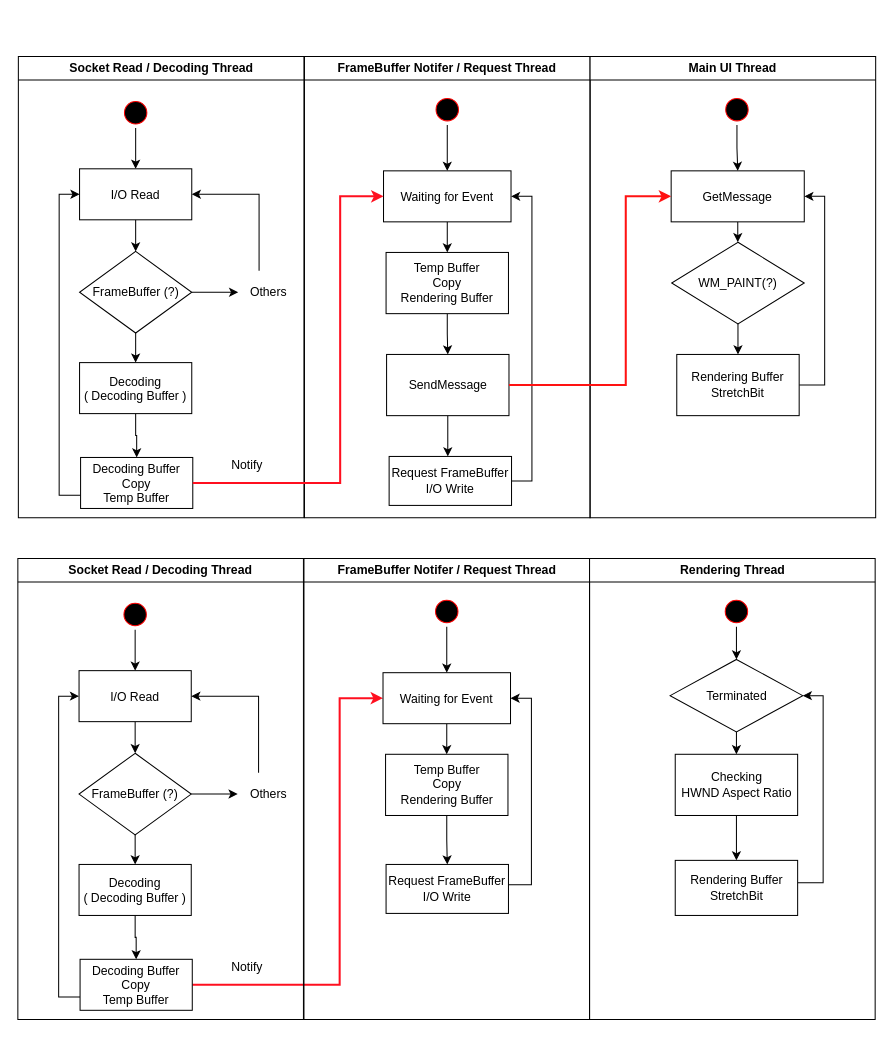
Above: UML/mirero/Sw-RCS_Rendering.drawio in rhkdguskim/Study (draw.io), before the change. Source tidied: cells renumbered, new cells numbered last; positions are measured from the earlier drawing's top-left corner, leaving out a move shared by most shapes. Both pictures are drawn from the tidied source at 102%, with x=0, y=0 at pixel (17, 56).
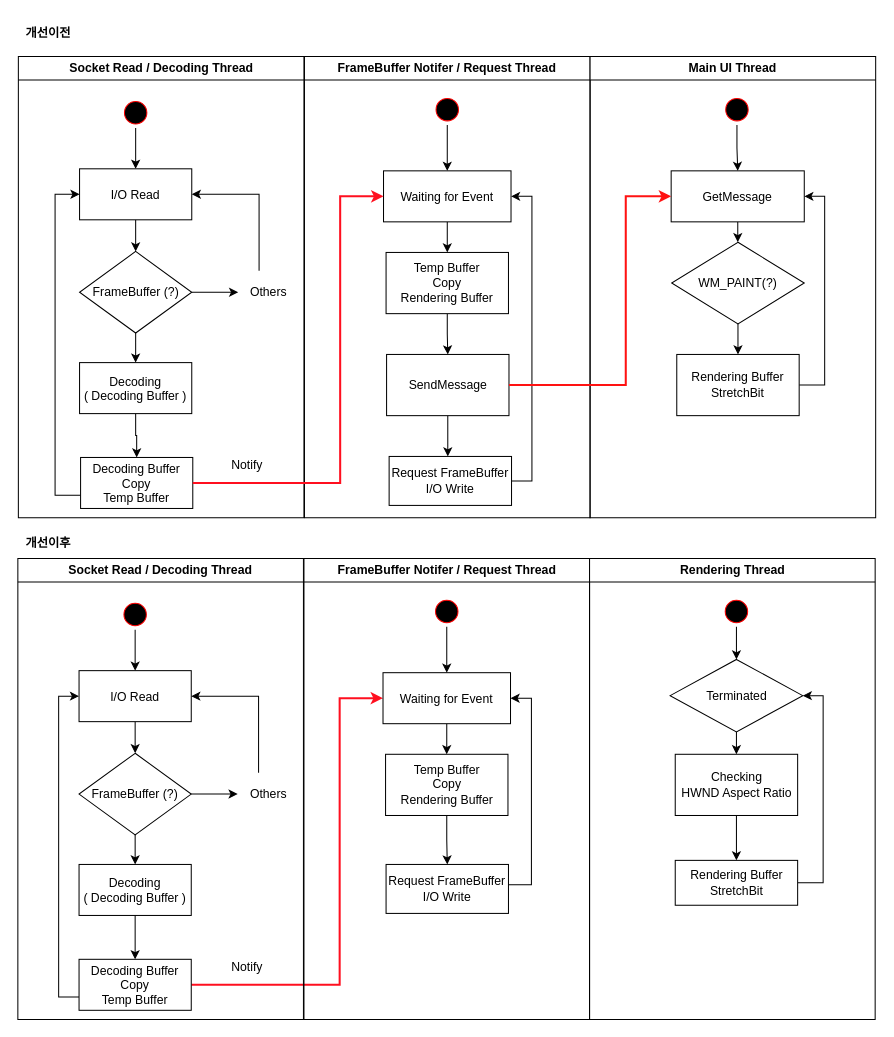
After the change.

Unchanged cells that the change refers to:
```xml
<mxCell id="2" value="Socket Read / Decoding Thread" style="swimlane;whiteSpace=wrap;" parent="1" vertex="1">
  <mxGeometry x="0.5" width="280" height="452" as="geometry" />
</mxCell>
<mxCell id="6" value="I/O Read" parent="2" vertex="1">
  <mxGeometry x="60" y="110" width="110" height="50" as="geometry" />
</mxCell>
<mxCell id="10" value="Decoding Buffer&#10;Copy&#10;Temp Buffer" style="fillColor=#FFFFFF;strokeColor=#000000;" parent="2" vertex="1">
  <mxGeometry x="61" y="393" width="110" height="50" as="geometry" />
</mxCell>
<mxCell id="40" value="Socket Read / Decoding Thread" style="swimlane;whiteSpace=wrap;" parent="1" vertex="1">
  <mxGeometry y="492" width="280" height="452" as="geometry" />
</mxCell>
<mxCell id="44" value="I/O Read" parent="40" vertex="1">
  <mxGeometry x="60" y="110" width="110" height="50" as="geometry" />
</mxCell>
<mxCell id="46" value="Decoding&#10;( Decoding Buffer )" style="fillColor=#FFFFFF;strokeColor=#000000;" parent="40" vertex="1">
  <mxGeometry x="60" y="300" width="110" height="50" as="geometry" />
</mxCell>
<mxCell id="64" value="Rendering Thread" style="swimlane;whiteSpace=wrap;" parent="1" vertex="1">
  <mxGeometry x="560.5" y="492" width="280" height="452" as="geometry" />
</mxCell>
```

The edit, as a diff of the source:
```diff
@@
     <mxCell id="9" style="edgeStyle=orthogonalEdgeStyle;rounded=0;jettySize=auto;html=1;entryX=0;entryY=0.5;entryDx=0;entryDy=0;" parent="2" edge="1" source="10" target="6">
       <mxGeometry relative="1" as="geometry">
         <Array as="points">
-          <mxPoint x="40" y="430" />
-          <mxPoint x="40" y="135" />
+          <mxPoint x="36" y="430" />
+          <mxPoint x="36" y="135" />
         </Array>
       </mxGeometry>
     </mxCell>
@@
-    <mxCell id="45" style="edgeStyle=orthogonalEdgeStyle;rounded=0;jettySize=auto;html=1;" parent="40" edge="1" source="46" target="48">
-      <mxGeometry relative="1" as="geometry" />
-    </mxCell>
@@
-    <mxCell id="47" style="edgeStyle=orthogonalEdgeStyle;rounded=0;jettySize=auto;html=1;entryX=0;entryY=0.5;entryDx=0;entryDy=0;" parent="40" edge="1" source="48" target="44">
-      <mxGeometry relative="1" as="geometry">
-        <Array as="points">
-          <mxPoint x="40" y="430" />
-          <mxPoint x="40" y="135" />
-        </Array>
-      </mxGeometry>
-    </mxCell>
-    <mxCell id="48" value="Decoding Buffer&#10;Copy&#10;Temp Buffer" style="fillColor=#FFFFFF;strokeColor=#000000;" parent="40" vertex="1">
-      <mxGeometry x="61" y="393" width="110" height="50" as="geometry" />
-    </mxCell>
@@
     <mxCell id="70" value="&lt;div&gt;Rendering Buffer&lt;/div&gt;StretchBit" style="rounded=0;whiteSpace=wrap;html=1;" parent="64" vertex="1">
-      <mxGeometry x="84" y="296" width="120" height="54" as="geometry" />
+      <mxGeometry x="84" y="296" width="120" height="44" as="geometry" />
     </mxCell>
@@
+    <mxCell id="48" value="Decoding Buffer&#10;Copy&#10;Temp Buffer" style="fillColor=#FFFFFF;strokeColor=#000000;" parent="1" vertex="1">
+      <mxGeometry x="60" y="885" width="110" height="50" as="geometry" />
+    </mxCell>
+    <mxCell id="47" style="edgeStyle=orthogonalEdgeStyle;rounded=0;jettySize=auto;html=1;entryX=0;entryY=0.5;entryDx=0;entryDy=0;" parent="1" edge="1" source="48" target="44">
+      <mxGeometry relative="1" as="geometry">
+        <Array as="points">
+          <mxPoint x="40" y="922" />
+          <mxPoint x="40" y="627" />
+        </Array>
+      </mxGeometry>
+    </mxCell>
+    <mxCell id="45" style="edgeStyle=orthogonalEdgeStyle;rounded=0;jettySize=auto;html=1;entryX=0.5;entryY=0;entryDx=0;entryDy=0;" parent="1" edge="1" source="46" target="48">
+      <mxGeometry relative="1" as="geometry" />
+    </mxCell>
+    <mxCell id="73" value="개선이전" style="text;html=1;align=center;verticalAlign=middle;whiteSpace=wrap;rounded=0;fontStyle=1;" parent="1" vertex="1">
+      <mxGeometry y="-38" width="60" height="30" as="geometry" />
+    </mxCell>
+    <mxCell id="74" value="개선이후" style="text;html=1;align=center;verticalAlign=middle;whiteSpace=wrap;rounded=0;fontStyle=1;" parent="1" vertex="1">
+      <mxGeometry y="462" width="60" height="30" as="geometry" />
+    </mxCell>
```
